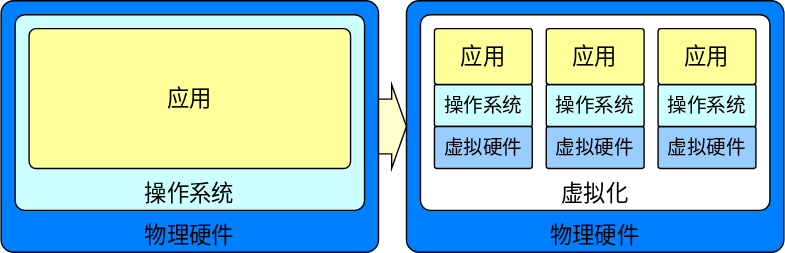
This is images/server-consolidation-scenario.svg from cs-course/data-center-course, a draw.io export, as it was before one commit. Source tidied: cells renumbered, new cells last; positions are measured from the earlier drawing's top-left corner, leaving out a move shared by most shapes. Source of this version:
```xml
<mxGraphModel>
  <root>
    <mxCell id="0" />
    <mxCell id="1" parent="0" />
    <mxCell id="2" value="物理硬件" style="rounded=1;whiteSpace=wrap;html=1;verticalAlign=bottom;arcSize=5;fontSize=16;fillColor=#007FFF;" parent="1" vertex="1">
      <mxGeometry width="270" height="180" as="geometry" />
    </mxCell>
    <mxCell id="3" value="操作系统" style="rounded=1;whiteSpace=wrap;html=1;verticalAlign=bottom;arcSize=5;fontSize=16;fillColor=#CCFFFF;" parent="1" vertex="1">
      <mxGeometry x="10" y="10" width="250" height="140" as="geometry" />
    </mxCell>
    <mxCell id="4" value="应用" style="rounded=1;whiteSpace=wrap;html=1;verticalAlign=middle;arcSize=5;fontSize=16;fillColor=#FFFF99;" parent="1" vertex="1">
      <mxGeometry x="20" y="20" width="230" height="100" as="geometry" />
    </mxCell>
    <mxCell id="5" value="物理硬件" style="rounded=1;whiteSpace=wrap;html=1;verticalAlign=bottom;arcSize=5;fontSize=16;fillColor=#007FFF;" parent="1" vertex="1">
      <mxGeometry x="290" width="270" height="180" as="geometry" />
    </mxCell>
    <mxCell id="6" value="虚拟化" style="rounded=1;whiteSpace=wrap;html=1;verticalAlign=bottom;arcSize=5;fontSize=16;fillColor=#FFFFFF;" parent="1" vertex="1">
      <mxGeometry x="300" y="10" width="250" height="140" as="geometry" />
    </mxCell>
    <mxCell id="7" value="操作系统" style="rounded=1;whiteSpace=wrap;html=1;verticalAlign=middle;arcSize=5;fontSize=14;fillColor=#CCFFFF;" parent="1" vertex="1">
      <mxGeometry x="310" y="60" width="70" height="30" as="geometry" />
    </mxCell>
    <mxCell id="8" value="应用" style="rounded=1;whiteSpace=wrap;html=1;verticalAlign=middle;arcSize=5;fontSize=16;fillColor=#FFFF99;" parent="1" vertex="1">
      <mxGeometry x="310" y="20" width="70" height="40" as="geometry" />
    </mxCell>
    <mxCell id="9" value="虚拟硬件" style="rounded=1;whiteSpace=wrap;html=1;verticalAlign=middle;arcSize=5;fontSize=14;fillColor=#99CCFF;" parent="1" vertex="1">
      <mxGeometry x="310" y="90" width="70" height="30" as="geometry" />
    </mxCell>
    <mxCell id="10" value="虚拟硬件" style="rounded=1;whiteSpace=wrap;html=1;verticalAlign=middle;arcSize=5;fontSize=14;fillColor=#99CCFF;" parent="1" vertex="1">
      <mxGeometry x="390" y="90" width="70" height="30" as="geometry" />
    </mxCell>
    <mxCell id="11" value="虚拟硬件" style="rounded=1;whiteSpace=wrap;html=1;verticalAlign=middle;arcSize=5;fontSize=14;fillColor=#99CCFF;" parent="1" vertex="1">
      <mxGeometry x="470" y="90" width="70" height="30" as="geometry" />
    </mxCell>
    <mxCell id="12" value="操作系统" style="rounded=1;whiteSpace=wrap;html=1;verticalAlign=middle;arcSize=5;fontSize=14;fillColor=#CCFFFF;" parent="1" vertex="1">
      <mxGeometry x="390" y="60" width="70" height="30" as="geometry" />
    </mxCell>
    <mxCell id="13" value="应用" style="rounded=1;whiteSpace=wrap;html=1;verticalAlign=middle;arcSize=5;fontSize=16;fillColor=#FFFF99;" parent="1" vertex="1">
      <mxGeometry x="390" y="20" width="70" height="40" as="geometry" />
    </mxCell>
    <mxCell id="14" value="操作系统" style="rounded=1;whiteSpace=wrap;html=1;verticalAlign=middle;arcSize=5;fontSize=14;fillColor=#CCFFFF;" parent="1" vertex="1">
      <mxGeometry x="470" y="60" width="70" height="30" as="geometry" />
    </mxCell>
    <mxCell id="15" value="应用" style="rounded=1;whiteSpace=wrap;html=1;verticalAlign=middle;arcSize=5;fontSize=16;fillColor=#FFFF99;" parent="1" vertex="1">
      <mxGeometry x="470" y="20" width="70" height="40" as="geometry" />
    </mxCell>
    <mxCell id="16" style="shape=singleArrow;whiteSpace=wrap;html=1;fontSize=14;verticalAlign=middle;arrowWidth=0.6533333333333341;arrowSize=0.5300000000000011;fillColor=#FFFFCC;" parent="1" vertex="1">
      <mxGeometry x="270" y="60" width="20" height="60" as="geometry" />
    </mxCell>
  </root>
</mxGraphModel>
```
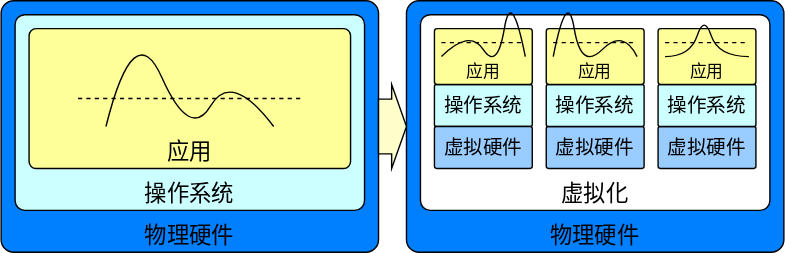
Later version of the same file.

Commit message:
refine consolidation drawing

Diff of the diagram source:
```diff
@@ -8,7 +8,7 @@
     <mxCell id="3" value="操作系统" style="rounded=1;whiteSpace=wrap;html=1;verticalAlign=bottom;arcSize=5;fontSize=16;fillColor=#CCFFFF;" parent="1" vertex="1">
       <mxGeometry x="10" y="10" width="250" height="140" as="geometry" />
     </mxCell>
-    <mxCell id="4" value="应用" style="rounded=1;whiteSpace=wrap;html=1;verticalAlign=middle;arcSize=5;fontSize=16;fillColor=#FFFF99;" parent="1" vertex="1">
+    <mxCell id="4" value="应用" style="rounded=1;whiteSpace=wrap;html=1;verticalAlign=bottom;arcSize=5;fontSize=16;fillColor=#FFFF99;" parent="1" vertex="1">
       <mxGeometry x="20" y="20" width="230" height="100" as="geometry" />
     </mxCell>
     <mxCell id="5" value="物理硬件" style="rounded=1;whiteSpace=wrap;html=1;verticalAlign=bottom;arcSize=5;fontSize=16;fillColor=#007FFF;" parent="1" vertex="1">
@@ -20,7 +20,7 @@
     <mxCell id="7" value="操作系统" style="rounded=1;whiteSpace=wrap;html=1;verticalAlign=middle;arcSize=5;fontSize=14;fillColor=#CCFFFF;" parent="1" vertex="1">
       <mxGeometry x="310" y="60" width="70" height="30" as="geometry" />
     </mxCell>
-    <mxCell id="8" value="应用" style="rounded=1;whiteSpace=wrap;html=1;verticalAlign=middle;arcSize=5;fontSize=16;fillColor=#FFFF99;" parent="1" vertex="1">
+    <mxCell id="8" value="应用" style="rounded=1;whiteSpace=wrap;html=1;verticalAlign=bottom;arcSize=5;fontSize=12;fillColor=#FFFF99;" parent="1" vertex="1">
       <mxGeometry x="310" y="20" width="70" height="40" as="geometry" />
     </mxCell>
     <mxCell id="9" value="虚拟硬件" style="rounded=1;whiteSpace=wrap;html=1;verticalAlign=middle;arcSize=5;fontSize=14;fillColor=#99CCFF;" parent="1" vertex="1">
@@ -35,17 +35,85 @@
     <mxCell id="12" value="操作系统" style="rounded=1;whiteSpace=wrap;html=1;verticalAlign=middle;arcSize=5;fontSize=14;fillColor=#CCFFFF;" parent="1" vertex="1">
       <mxGeometry x="390" y="60" width="70" height="30" as="geometry" />
     </mxCell>
-    <mxCell id="13" value="应用" style="rounded=1;whiteSpace=wrap;html=1;verticalAlign=middle;arcSize=5;fontSize=16;fillColor=#FFFF99;" parent="1" vertex="1">
+    <mxCell id="13" value="应用" style="rounded=1;whiteSpace=wrap;html=1;verticalAlign=bottom;arcSize=5;fontSize=12;fillColor=#FFFF99;" parent="1" vertex="1">
       <mxGeometry x="390" y="20" width="70" height="40" as="geometry" />
     </mxCell>
     <mxCell id="14" value="操作系统" style="rounded=1;whiteSpace=wrap;html=1;verticalAlign=middle;arcSize=5;fontSize=14;fillColor=#CCFFFF;" parent="1" vertex="1">
       <mxGeometry x="470" y="60" width="70" height="30" as="geometry" />
     </mxCell>
-    <mxCell id="15" value="应用" style="rounded=1;whiteSpace=wrap;html=1;verticalAlign=middle;arcSize=5;fontSize=16;fillColor=#FFFF99;" parent="1" vertex="1">
+    <mxCell id="15" value="应用" style="rounded=1;whiteSpace=wrap;html=1;verticalAlign=bottom;arcSize=5;fontSize=12;fillColor=#FFFF99;" parent="1" vertex="1">
       <mxGeometry x="470" y="20" width="70" height="40" as="geometry" />
     </mxCell>
     <mxCell id="16" style="shape=singleArrow;whiteSpace=wrap;html=1;fontSize=14;verticalAlign=middle;arrowWidth=0.6533333333333341;arrowSize=0.5300000000000011;fillColor=#FFFFCC;" parent="1" vertex="1">
       <mxGeometry x="270" y="60" width="20" height="60" as="geometry" />
     </mxCell>
+    <mxCell id="17" style="curved=1;endArrow=none;html=1;endFill=0;" parent="1" edge="1">
+      <mxGeometry relative="1" as="geometry">
+        <mxPoint x="475" y="40" as="sourcePoint" />
+        <mxPoint x="535" y="40" as="targetPoint" />
+        <Array as="points">
+          <mxPoint x="493" y="40" />
+          <mxPoint x="503" y="10" />
+          <mxPoint x="513" y="40" />
+        </Array>
+      </mxGeometry>
+    </mxCell>
+    <mxCell id="18" style="endArrow=none;dashed=1;html=1;" parent="1" edge="1">
+      <mxGeometry relative="1" as="geometry">
+        <mxPoint x="475" y="30" as="sourcePoint" />
+        <mxPoint x="535" y="30" as="targetPoint" />
+      </mxGeometry>
+    </mxCell>
+    <mxCell id="19" style="curved=1;endArrow=none;html=1;endFill=0;" parent="1" edge="1">
+      <mxGeometry relative="1" as="geometry">
+        <mxPoint x="75" y="90" as="sourcePoint" />
+        <mxPoint x="195" y="90" as="targetPoint" />
+        <Array as="points">
+          <mxPoint x="95" y="10" />
+          <mxPoint x="135" y="100" />
+          <mxPoint x="165" y="50" />
+        </Array>
+      </mxGeometry>
+    </mxCell>
+    <mxCell id="20" style="endArrow=none;dashed=1;html=1;" parent="1" edge="1">
+      <mxGeometry relative="1" as="geometry">
+        <mxPoint x="55" y="70" as="sourcePoint" />
+        <mxPoint x="215" y="70" as="targetPoint" />
+      </mxGeometry>
+    </mxCell>
+    <mxCell id="21" style="curved=1;endArrow=none;html=1;endFill=0;" parent="1" edge="1">
+      <mxGeometry relative="1" as="geometry">
+        <mxPoint x="315" y="40" as="sourcePoint" />
+        <mxPoint x="375" y="40" as="targetPoint" />
+        <Array as="points">
+          <mxPoint x="335" y="20" />
+          <mxPoint x="355" y="50" />
+          <mxPoint x="365" y="-10" />
+        </Array>
+      </mxGeometry>
+    </mxCell>
+    <mxCell id="22" style="endArrow=none;dashed=1;html=1;" parent="1" edge="1">
+      <mxGeometry relative="1" as="geometry">
+        <mxPoint x="315" y="30" as="sourcePoint" />
+        <mxPoint x="375" y="30" as="targetPoint" />
+      </mxGeometry>
+    </mxCell>
+    <mxCell id="23" style="curved=1;endArrow=none;html=1;endFill=0;" parent="1" edge="1">
+      <mxGeometry relative="1" as="geometry">
+        <mxPoint x="395" y="40" as="sourcePoint" />
+        <mxPoint x="455" y="40" as="targetPoint" />
+        <Array as="points">
+          <mxPoint x="405" y="-10" />
+          <mxPoint x="415" y="50" />
+          <mxPoint x="445" y="20" />
+        </Array>
+      </mxGeometry>
+    </mxCell>
+    <mxCell id="24" style="endArrow=none;dashed=1;html=1;" parent="1" edge="1">
+      <mxGeometry relative="1" as="geometry">
+        <mxPoint x="395" y="30" as="sourcePoint" />
+        <mxPoint x="455" y="30" as="targetPoint" />
+      </mxGeometry>
+    </mxCell>
   </root>
 </mxGraphModel>
```
